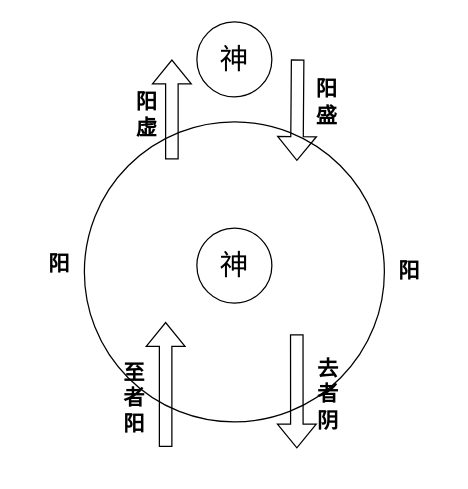
Earlier version of the draw.io diagram 易医玄门基础理论/阴阳/阴阳盛虚图.drawio (328507133/chart). Source tidied: cells renumbered, new cells numbered last; positions are measured from the earlier drawing's top-left corner, leaving out a move shared by most shapes. Both pictures are drawn from the tidied source at 125%, with x=0, y=0 at pixel (21, 21).
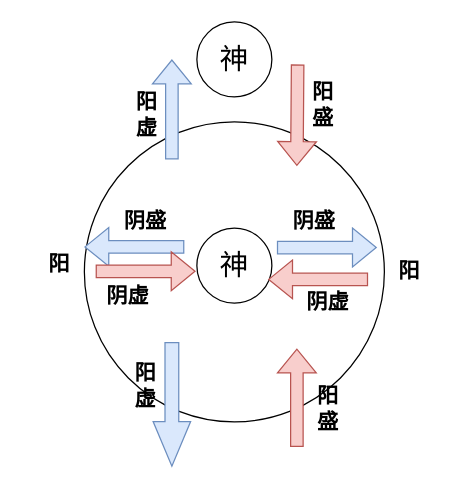
After the change.

Commit message (it also covers changes not shown here):
更新阴阳盛虚图.drawio

Unchanged cells that the change refers to:
```xml
<mxCell id="2" style="ellipse;whiteSpace=wrap;html=1;" parent="1" vertex="1">
  <mxGeometry x="50" y="80" width="240" height="240" as="geometry" />
</mxCell>
```

What changed in the source:
```diff
@@
-    <mxCell id="5" style="shape=flexArrow;endArrow=classic;html=1;rounded=0;entryX=0.76;entryY=0.047;entryDx=0;entryDy=0;entryPerimeter=0;" parent="1" edge="1">
+    <mxCell id="5" style="shape=flexArrow;endArrow=classic;html=1;rounded=0;entryX=0.76;entryY=0.047;entryDx=0;entryDy=0;entryPerimeter=0;fillColor=#f8cecc;strokeColor=#b85450;" parent="1" edge="1">
       <mxGeometry relative="1" as="geometry">
-        <mxPoint x="220.6" y="30" as="sourcePoint" />
-        <mxPoint x="220" y="111.3" as="targetPoint" />
+        <mxPoint x="220.6" y="34" as="sourcePoint" />
+        <mxPoint x="220" y="115.3" as="targetPoint" />
       </mxGeometry>
     </mxCell>
-    <mxCell id="6" style="shape=flexArrow;endArrow=classic;html=1;rounded=0;" parent="1" edge="1">
+    <mxCell id="6" style="shape=flexArrow;endArrow=classic;html=1;rounded=0;fillColor=#dae8fc;strokeColor=#6c8ebf;" parent="1" edge="1">
       <mxGeometry relative="1" as="geometry">
         <mxPoint x="120" y="110" as="sourcePoint" />
         <mxPoint x="120" y="30" as="targetPoint" />
       </mxGeometry>
     </mxCell>
-    <mxCell id="7" style="shape=flexArrow;endArrow=classic;html=1;rounded=0;" parent="1" edge="1">
+    <mxCell id="7" style="shape=flexArrow;endArrow=classic;html=1;rounded=0;width=11;endSize=11.6;endWidth=18;fillColor=#dae8fc;strokeColor=#6c8ebf;" parent="1" edge="1">
       <mxGeometry relative="1" as="geometry">
-        <mxPoint x="115" y="340" as="sourcePoint" />
-        <mxPoint x="115" y="240" as="targetPoint" />
+        <mxPoint x="120" y="256" as="sourcePoint" />
+        <mxPoint x="120" y="356" as="targetPoint" />
         <Array as="points">
-          <mxPoint x="115" y="340" />
+          <mxPoint x="120" y="256" />
         </Array>
       </mxGeometry>
     </mxCell>
-    <mxCell id="8" style="shape=flexArrow;endArrow=classic;html=1;rounded=0;entryX=0.76;entryY=0.047;entryDx=0;entryDy=0;entryPerimeter=0;exitX=0.708;exitY=0.708;exitDx=0;exitDy=0;exitPerimeter=0;" parent="1" edge="1" source="2">
+    <mxCell id="8" style="shape=flexArrow;endArrow=classic;html=1;rounded=0;entryX=0.76;entryY=0.047;entryDx=0;entryDy=0;entryPerimeter=0;fillColor=#f8cecc;strokeColor=#b85450;" parent="1" edge="1">
       <mxGeometry relative="1" as="geometry">
-        <mxPoint x="220" y="341.3" as="targetPoint" />
+        <mxPoint x="220" y="340" as="sourcePoint" />
+        <mxPoint x="220" y="261.3" as="targetPoint" />
       </mxGeometry>
     </mxCell>
-    <mxCell id="9" value="至者阳" style="text;html=1;align=center;verticalAlign=middle;whiteSpace=wrap;rounded=0;fontSize=17;fontStyle=1;" parent="1" vertex="1">
-      <mxGeometry x="80" y="287" width="20" height="30" as="geometry" />
+    <mxCell id="9" value="阳虚" style="text;html=1;align=center;verticalAlign=middle;whiteSpace=wrap;rounded=0;fontSize=17;fontStyle=1;" parent="1" vertex="1">
+      <mxGeometry x="89" y="277" width="20" height="30" as="geometry" />
     </mxCell>
-    <mxCell id="10" value="去者阴" style="text;html=1;align=center;verticalAlign=middle;whiteSpace=wrap;rounded=0;fontSize=17;fontStyle=1;" parent="1" vertex="1">
-      <mxGeometry x="235" y="284" width="20" height="30" as="geometry" />
+    <mxCell id="10" value="阳盛" style="text;html=1;align=center;verticalAlign=middle;whiteSpace=wrap;rounded=0;fontSize=17;fontStyle=1;" parent="1" vertex="1">
+      <mxGeometry x="235" y="295" width="20" height="30" as="geometry" />
     </mxCell>
@@
     <mxCell id="14" value="阳盛" style="text;html=1;align=center;verticalAlign=middle;whiteSpace=wrap;rounded=0;fontSize=17;fontStyle=1;" parent="1" vertex="1">
-      <mxGeometry x="233.5" y="50" width="20" height="30" as="geometry" />
+      <mxGeometry x="230.5" y="52" width="20" height="30" as="geometry" />
     </mxCell>
+    <mxCell id="15" style="shape=flexArrow;endArrow=classic;html=1;rounded=0;fillColor=#dae8fc;strokeColor=#6c8ebf;" parent="1" edge="1">
+      <mxGeometry relative="1" as="geometry">
+        <mxPoint x="130" y="180" as="sourcePoint" />
+        <mxPoint x="50" y="180" as="targetPoint" />
+      </mxGeometry>
+    </mxCell>
+    <mxCell id="16" style="shape=flexArrow;endArrow=classic;html=1;rounded=0;fillColor=#f8cecc;strokeColor=#b85450;" parent="1" edge="1">
+      <mxGeometry relative="1" as="geometry">
+        <mxPoint x="59" y="199.5" as="sourcePoint" />
+        <mxPoint x="139" y="199.5" as="targetPoint" />
+      </mxGeometry>
+    </mxCell>
+    <mxCell id="17" value="阴虚" style="text;html=1;align=center;verticalAlign=middle;whiteSpace=wrap;rounded=0;fontSize=17;fontStyle=1;" parent="1" vertex="1">
+      <mxGeometry x="60" y="210" width="50" height="20" as="geometry" />
+    </mxCell>
+    <mxCell id="18" value="阴盛" style="text;html=1;align=center;verticalAlign=middle;whiteSpace=wrap;rounded=0;fontSize=17;fontStyle=1;" parent="1" vertex="1">
+      <mxGeometry x="74" y="150" width="50" height="20" as="geometry" />
+    </mxCell>
+    <mxCell id="19" style="shape=flexArrow;endArrow=classic;html=1;rounded=0;fillColor=#dae8fc;strokeColor=#6c8ebf;" parent="1" edge="1">
+      <mxGeometry relative="1" as="geometry">
+        <mxPoint x="204" y="180.5" as="sourcePoint" />
+        <mxPoint x="284" y="180.5" as="targetPoint" />
+      </mxGeometry>
+    </mxCell>
+    <mxCell id="20" style="shape=flexArrow;endArrow=classic;html=1;rounded=0;fillColor=#f8cecc;strokeColor=#b85450;" parent="1" edge="1">
+      <mxGeometry relative="1" as="geometry">
+        <mxPoint x="277" y="206" as="sourcePoint" />
+        <mxPoint x="197" y="206" as="targetPoint" />
+      </mxGeometry>
+    </mxCell>
+    <mxCell id="21" value="阴虚" style="text;html=1;align=center;verticalAlign=middle;whiteSpace=wrap;rounded=0;fontSize=17;fontStyle=1;" parent="1" vertex="1">
+      <mxGeometry x="220" y="215" width="50" height="20" as="geometry" />
+    </mxCell>
+    <mxCell id="22" value="阴盛" style="text;html=1;align=center;verticalAlign=middle;whiteSpace=wrap;rounded=0;fontSize=17;fontStyle=1;" parent="1" vertex="1">
+      <mxGeometry x="209" y="150" width="50" height="20" as="geometry" />
+    </mxCell>
```
